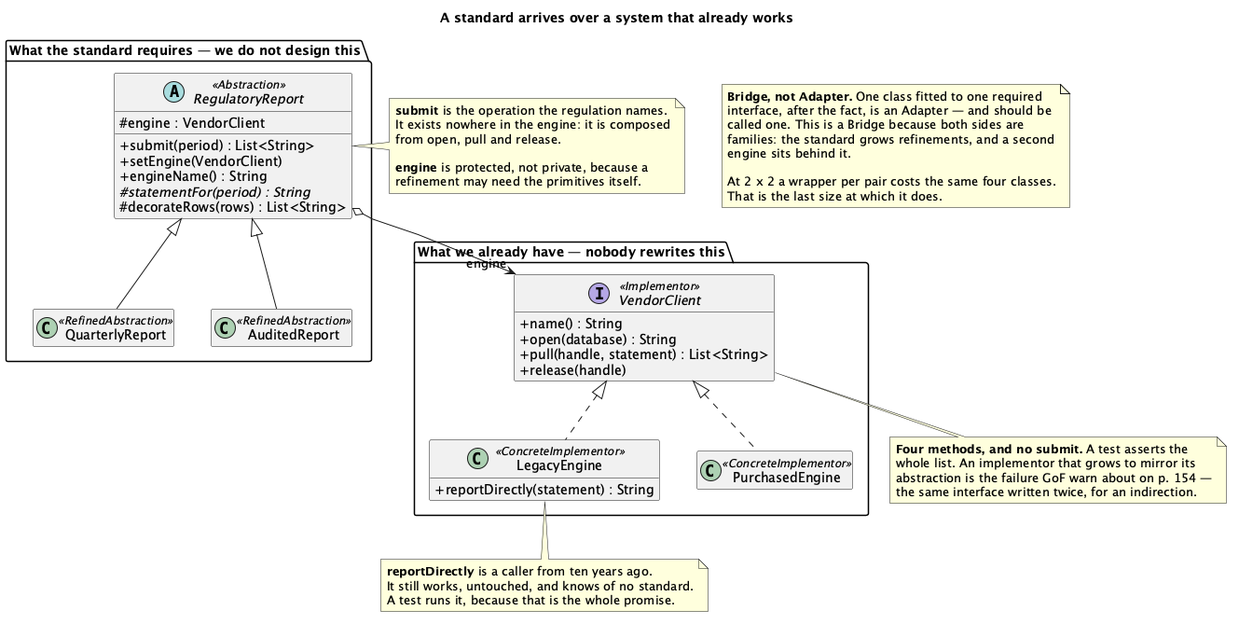
Before: src/main/java/dev/kaldiroglu/dp/structural/bridge/retrofit/uml/Bridge - Retrofit - Class Diagram.png, a diagram exported from PlantUML (kaldiroglu/DesignPatternsWithJava).
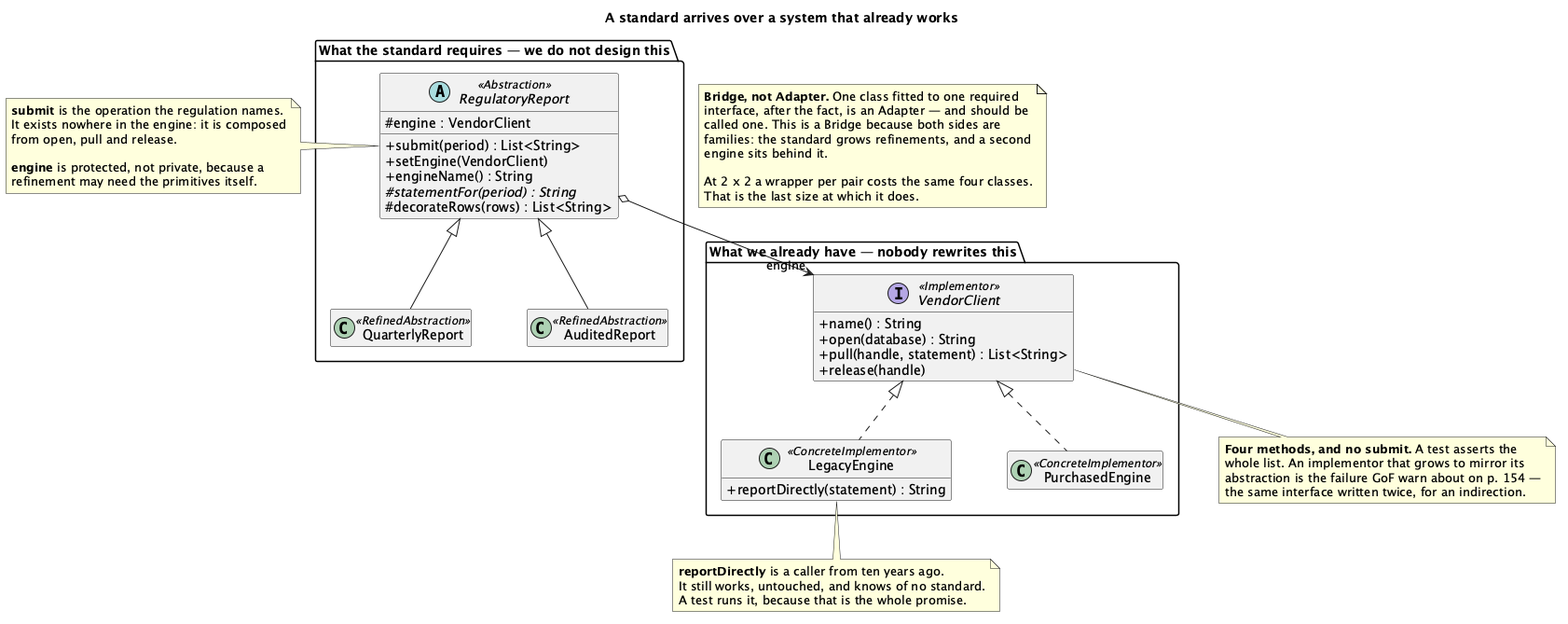
The same file after the commit.

The edit, as a diff of the source:
```diff
@@ -1,5 +1,5 @@
 @startuml
-skinparam nodesep 40
+skinparam nodesep 60
 skinparam class {
   BackgroundColor<<spacer>> transparent
   BorderColor<<spacer>> transparent
@@ -43,7 +43,7 @@
 }
 
 
-note right of RegulatoryReport
+note left of RegulatoryReport
   <b>submit</b> is the operation the regulation names.
   It exists nowhere in the engine: it is composed
   from open, pull and release.
@@ -76,8 +76,5 @@
   That is the last size at which it does.
 end note
 RegulatoryReport o--> "engine" VendorClient
-class " " as Spacer51 <<spacer>>
-RegulatoryReport -[hidden]- Spacer51
-QuarterlyReport -[hidden]right- Spacer51
-Spacer51 -[hidden]right- AuditedReport
+
 @enduml
```
